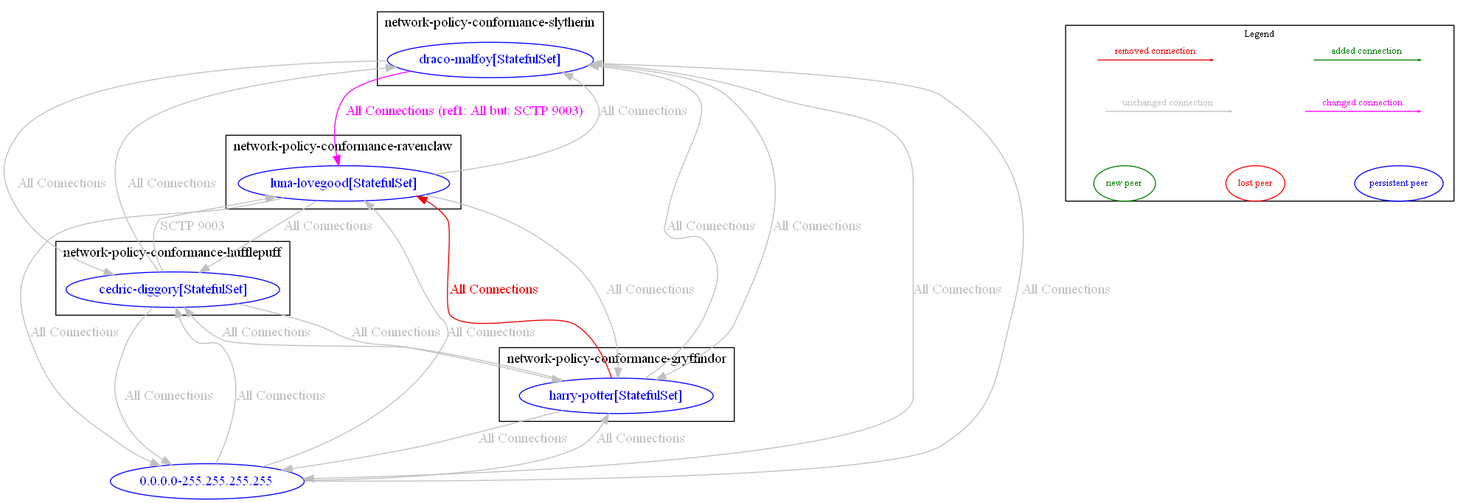
Above: test_outputs/diff/diff_between_anp_test_8_swapping_rules_and_anp_test_8.dot.png in np-guard/netpol-analyzer (Graphviz), before the change. Its source is kept beside it as test_outputs/diff/diff_between_anp_test_8_swapping_rules_and_anp_test_8.dot.
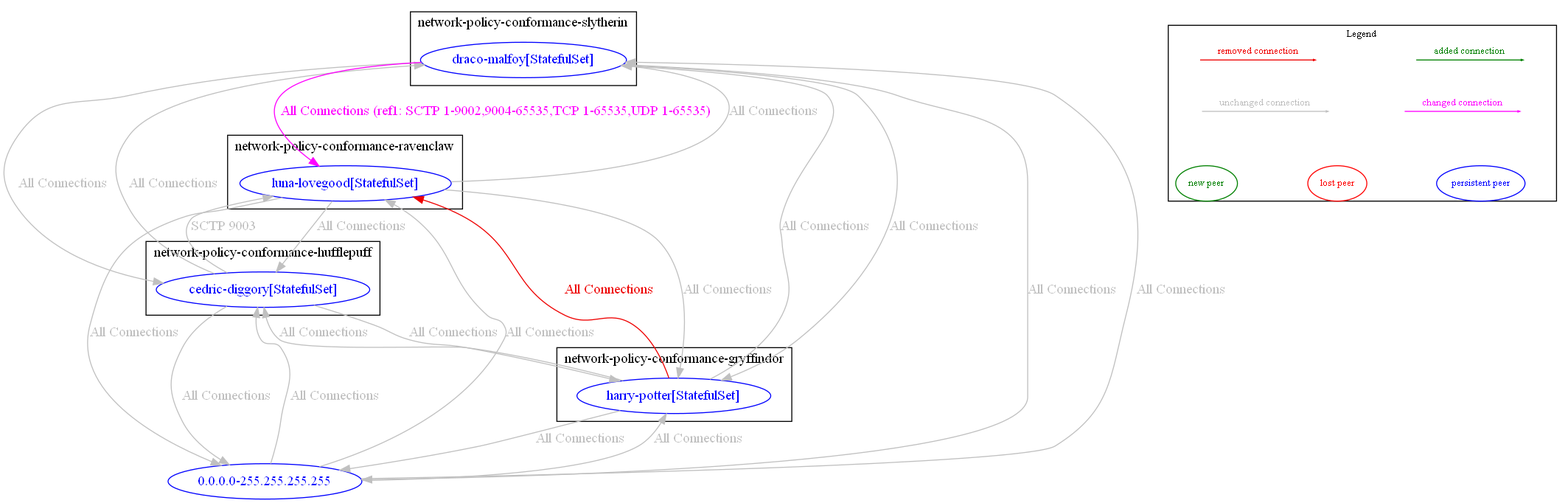
After the commit.

What changed in the source:
```diff
@@ -35,7 +35,7 @@
 	"network-policy-conformance-slytherin/draco-malfoy[StatefulSet]" -> "0.0.0.0-255.255.255.255" [label="All Connections" color="grey" fontcolor="grey" weight=1]
 	"network-policy-conformance-slytherin/draco-malfoy[StatefulSet]" -> "network-policy-conformance-gryffindor/harry-potter[StatefulSet]" [label="All Connections" color="grey" fontcolor="grey" weight=1]
 	"network-policy-conformance-slytherin/draco-malfoy[StatefulSet]" -> "network-policy-conformance-hufflepuff/cedric-diggory[StatefulSet]" [label="All Connections" color="grey" fontcolor="grey" weight=1]
-	"network-policy-conformance-slytherin/draco-malfoy[StatefulSet]" -> "network-policy-conformance-ravenclaw/luna-lovegood[StatefulSet]" [label="All Connections (ref1: All but: SCTP 9003)" color="magenta" fontcolor="magenta" weight=1]
+	"network-policy-conformance-slytherin/draco-malfoy[StatefulSet]" -> "network-policy-conformance-ravenclaw/luna-lovegood[StatefulSet]" [label="All Connections (ref1: SCTP 1-9002,9004-65535,TCP 1-65535,UDP 1-65535)" color="magenta" fontcolor="magenta" weight=1]
 	nodesep=0.5
 	subgraph cluster_legend {
 		label="Legend"
```
